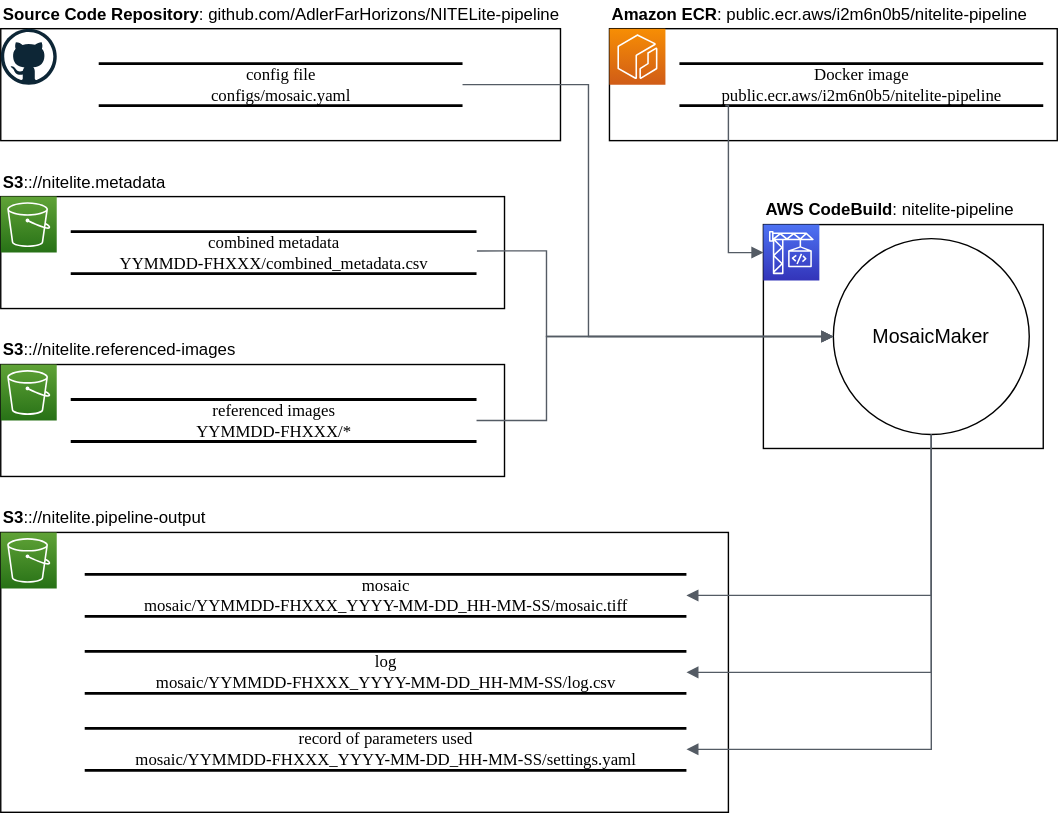
Above: docs/diagrams/DFD_mosaic.svg in AdlerFarHorizons/night-horizons-mapmaker (draw.io), before the change. Source tidied: cells renumbered, new cells last; positions are measured from the earlier drawing's top-left corner, leaving out a move shared by most shapes. Source of this version:
```xml
<mxGraphModel>
  <root>
    <mxCell id="0" />
    <mxCell id="1" parent="0" />
    <mxCell id="2" style="rounded=0;whiteSpace=wrap;html=1;" parent="1" vertex="1">
      <mxGeometry y="20" width="400" height="80" as="geometry" />
    </mxCell>
    <mxCell id="3" style="rounded=0;whiteSpace=wrap;html=1;" parent="1" vertex="1">
      <mxGeometry x="545" y="160" width="200" height="160" as="geometry" />
    </mxCell>
    <mxCell id="4" style="rounded=0;whiteSpace=wrap;html=1;" parent="1" vertex="1">
      <mxGeometry y="140" width="360" height="80" as="geometry" />
    </mxCell>
    <mxCell id="5" value="combined metadata&lt;br&gt;YYMMDD-FHXXX/combined_metadata.csv" style="html=1;rounded=0;shadow=0;comic=0;labelBackgroundColor=none;strokeWidth=2;fontFamily=Verdana;fontSize=12;align=center;shape=mxgraph.ios7ui.horLines;" parent="1" vertex="1">
      <mxGeometry x="50" y="165" width="290" height="30" as="geometry" />
    </mxCell>
    <mxCell id="6" value="&lt;b&gt;S3&lt;/b&gt;:://nitelite.metadata" style="text;html=1;strokeColor=none;fillColor=none;align=left;verticalAlign=middle;whiteSpace=wrap;rounded=0;" parent="1" vertex="1">
      <mxGeometry y="120" width="170" height="20" as="geometry" />
    </mxCell>
    <mxCell id="7" style="rounded=0;whiteSpace=wrap;html=1;" parent="1" vertex="1">
      <mxGeometry y="260" width="360" height="80" as="geometry" />
    </mxCell>
    <mxCell id="8" value="&lt;b&gt;S3&lt;/b&gt;:://nitelite.referenced-images" style="text;html=1;strokeColor=none;fillColor=none;align=left;verticalAlign=middle;whiteSpace=wrap;rounded=0;" parent="1" vertex="1">
      <mxGeometry y="240" width="170" height="20" as="geometry" />
    </mxCell>
    <mxCell id="9" value="referenced images&lt;br&gt;YYMMDD-FHXXX/*" style="html=1;rounded=0;shadow=0;comic=0;labelBackgroundColor=none;strokeWidth=2;fontFamily=Verdana;fontSize=12;align=center;shape=mxgraph.ios7ui.horLines;" parent="1" vertex="1">
      <mxGeometry x="50" y="285" width="290" height="30" as="geometry" />
    </mxCell>
    <mxCell id="10" style="rounded=0;whiteSpace=wrap;html=1;" parent="1" vertex="1">
      <mxGeometry x="435" y="20" width="320" height="80" as="geometry" />
    </mxCell>
    <mxCell id="11" style="edgeStyle=none;html=1;fontSize=14;" parent="1" edge="1" source="12" target="10">
      <mxGeometry relative="1" as="geometry" />
    </mxCell>
    <mxCell id="12" value="&lt;b&gt;Amazon ECR&lt;/b&gt;: public.ecr.aws/i2m6n0b5/nitelite-pipeline" style="text;html=1;strokeColor=none;fillColor=none;align=left;verticalAlign=middle;whiteSpace=wrap;rounded=0;" parent="1" vertex="1">
      <mxGeometry x="435" width="310" height="20" as="geometry" />
    </mxCell>
    <mxCell id="13" value="Docker image&lt;br&gt;public.ecr.aws/i2m6n0b5/nitelite-pipeline" style="html=1;rounded=0;shadow=0;comic=0;labelBackgroundColor=none;strokeWidth=2;fontFamily=Verdana;fontSize=12;align=center;shape=mxgraph.ios7ui.horLines;" parent="1" vertex="1">
      <mxGeometry x="485" y="45" width="260" height="30" as="geometry" />
    </mxCell>
    <mxCell id="14" style="sketch=0;fontColor=#232F3E;gradientColor=#F78E04;gradientDirection=north;fillColor=#D05C17;strokeColor=#ffffff;dashed=0;verticalLabelPosition=bottom;verticalAlign=top;align=center;html=1;fontSize=12;fontStyle=0;shape=mxgraph.aws4.resourceIcon;resIcon=mxgraph.aws4.ecr;" parent="1" vertex="1">
      <mxGeometry x="435" y="20" width="40" height="40" as="geometry" />
    </mxCell>
    <mxCell id="15" style="sketch=0;fontColor=#232F3E;gradientColor=#60A337;gradientDirection=north;fillColor=#277116;strokeColor=#ffffff;dashed=0;verticalLabelPosition=bottom;verticalAlign=top;align=center;html=1;fontSize=12;fontStyle=0;shape=mxgraph.aws4.resourceIcon;resIcon=mxgraph.aws4.s3;" parent="1" vertex="1">
      <mxGeometry y="140" width="40" height="40" as="geometry" />
    </mxCell>
    <mxCell id="16" style="sketch=0;fontColor=#232F3E;gradientColor=#60A337;gradientDirection=north;fillColor=#277116;strokeColor=#ffffff;dashed=0;verticalLabelPosition=bottom;verticalAlign=top;align=center;html=1;fontSize=12;fontStyle=0;shape=mxgraph.aws4.resourceIcon;resIcon=mxgraph.aws4.s3;" parent="1" vertex="1">
      <mxGeometry y="260" width="40" height="40" as="geometry" />
    </mxCell>
    <mxCell id="17" style="sketch=0;points=[[0,0,0],[0.25,0,0],[0.5,0,0],[0.75,0,0],[1,0,0],[0,1,0],[0.25,1,0],[0.5,1,0],[0.75,1,0],[1,1,0],[0,0.25,0],[0,0.5,0],[0,0.75,0],[1,0.25,0],[1,0.5,0],[1,0.75,0]];outlineConnect=0;fontColor=#232F3E;gradientColor=#4D72F3;gradientDirection=north;fillColor=#3334B9;strokeColor=#ffffff;dashed=0;verticalLabelPosition=bottom;verticalAlign=top;align=center;html=1;fontSize=12;fontStyle=0;shape=mxgraph.aws4.resourceIcon;resIcon=mxgraph.aws4.codebuild;" parent="1" vertex="1">
      <mxGeometry x="545" y="160" width="40" height="40" as="geometry" />
    </mxCell>
    <mxCell id="18" value="config file&lt;br&gt;configs/mosaic.yaml" style="html=1;rounded=0;shadow=0;comic=0;labelBackgroundColor=none;strokeWidth=2;fontFamily=Verdana;fontSize=12;align=center;shape=mxgraph.ios7ui.horLines;" parent="1" vertex="1">
      <mxGeometry x="70" y="45" width="260" height="30" as="geometry" />
    </mxCell>
    <mxCell id="19" style="dashed=0;html=1;align=center;labelPosition=center;verticalLabelPosition=bottom;verticalAlign=top;shape=mxgraph.weblogos.github;fontSize=14;" parent="1" vertex="1">
      <mxGeometry y="20" width="40" height="40" as="geometry" />
    </mxCell>
    <mxCell id="20" value="&lt;b&gt;AWS CodeBuild&lt;/b&gt;: nitelite-pipeline" style="text;html=1;strokeColor=none;fillColor=none;align=left;verticalAlign=middle;whiteSpace=wrap;rounded=0;" parent="1" vertex="1">
      <mxGeometry x="545" y="140" width="190" height="20" as="geometry" />
    </mxCell>
    <mxCell id="21" value="&lt;b&gt;Source Code Repository&lt;/b&gt;: github.com/AdlerFarHorizons/NITELite-pipeline" style="text;html=1;strokeColor=none;fillColor=none;align=left;verticalAlign=middle;whiteSpace=wrap;rounded=0;" parent="1" vertex="1">
      <mxGeometry width="410" height="20" as="geometry" />
    </mxCell>
    <mxCell id="22" value="MosaicMaker" style="ellipse;whiteSpace=wrap;html=1;fontSize=14;" parent="1" vertex="1">
      <mxGeometry x="595" y="170" width="140" height="140" as="geometry" />
    </mxCell>
    <mxCell id="23" style="edgeStyle=orthogonalEdgeStyle;html=1;endArrow=block;elbow=vertical;startArrow=none;endFill=1;strokeColor=#545B64;rounded=0;fontSize=14;exitX=0.126;exitY=1.001;exitDx=0;exitDy=0;exitPerimeter=0;entryX=0;entryY=0.5;entryDx=0;entryDy=0;entryPerimeter=0;" parent="1" edge="1" source="13" target="17">
      <mxGeometry relative="1" as="geometry">
        <Array as="points">
          <mxPoint x="520" y="75" />
          <mxPoint x="520" y="180" />
        </Array>
      </mxGeometry>
    </mxCell>
    <mxCell id="24" style="edgeStyle=orthogonalEdgeStyle;html=1;endArrow=block;elbow=vertical;startArrow=none;endFill=1;strokeColor=#545B64;rounded=0;fontSize=14;entryX=0;entryY=0.5;entryDx=0;entryDy=0;" parent="1" edge="1" source="18" target="22">
      <mxGeometry relative="1" as="geometry">
        <Array as="points">
          <mxPoint x="420" y="60" />
          <mxPoint x="420" y="240" />
        </Array>
      </mxGeometry>
    </mxCell>
    <mxCell id="25" style="edgeStyle=orthogonalEdgeStyle;html=1;endArrow=none;elbow=vertical;startArrow=block;startFill=1;strokeColor=#545B64;rounded=0;fontSize=14;exitX=0;exitY=0.5;exitDx=0;exitDy=0;" parent="1" edge="1" source="22" target="9">
      <mxGeometry relative="1" as="geometry">
        <Array as="points">
          <mxPoint x="390" y="240" />
          <mxPoint x="390" y="300" />
        </Array>
      </mxGeometry>
    </mxCell>
    <mxCell id="26" style="edgeStyle=orthogonalEdgeStyle;html=1;endArrow=none;elbow=vertical;startArrow=block;startFill=1;strokeColor=#545B64;rounded=0;fontSize=14;exitX=0;exitY=0.5;exitDx=0;exitDy=0;entryX=1.001;entryY=0.461;entryDx=0;entryDy=0;entryPerimeter=0;" parent="1" edge="1" source="22" target="5">
      <mxGeometry relative="1" as="geometry">
        <Array as="points">
          <mxPoint x="390" y="240" />
          <mxPoint x="390" y="179" />
        </Array>
      </mxGeometry>
    </mxCell>
    <mxCell id="27" style="rounded=0;whiteSpace=wrap;html=1;" parent="1" vertex="1">
      <mxGeometry y="380" width="520" height="200" as="geometry" />
    </mxCell>
    <mxCell id="28" value="&lt;b&gt;S3&lt;/b&gt;:://nitelite.pipeline-output" style="text;html=1;strokeColor=none;fillColor=none;align=left;verticalAlign=middle;whiteSpace=wrap;rounded=0;" parent="1" vertex="1">
      <mxGeometry y="360" width="170" height="20" as="geometry" />
    </mxCell>
    <mxCell id="29" value="mosaic&lt;br&gt;mosaic/YYMMDD-FHXXX_YYYY-MM-DD_HH-MM-SS/mosaic.tiff" style="html=1;rounded=0;shadow=0;comic=0;labelBackgroundColor=none;strokeWidth=2;fontFamily=Verdana;fontSize=12;align=center;shape=mxgraph.ios7ui.horLines;" parent="1" vertex="1">
      <mxGeometry x="60" y="410" width="430" height="30" as="geometry" />
    </mxCell>
    <mxCell id="30" style="sketch=0;fontColor=#232F3E;gradientColor=#60A337;gradientDirection=north;fillColor=#277116;strokeColor=#ffffff;dashed=0;verticalLabelPosition=bottom;verticalAlign=top;align=center;html=1;fontSize=12;fontStyle=0;shape=mxgraph.aws4.resourceIcon;resIcon=mxgraph.aws4.s3;" parent="1" vertex="1">
      <mxGeometry y="380" width="40" height="40" as="geometry" />
    </mxCell>
    <mxCell id="31" value="log&lt;br&gt;mosaic/YYMMDD-FHXXX_YYYY-MM-DD_HH-MM-SS/log.csv" style="html=1;rounded=0;shadow=0;comic=0;labelBackgroundColor=none;strokeWidth=2;fontFamily=Verdana;fontSize=12;align=center;shape=mxgraph.ios7ui.horLines;" parent="1" vertex="1">
      <mxGeometry x="60" y="465" width="430" height="30" as="geometry" />
    </mxCell>
    <mxCell id="32" value="record of parameters used&lt;br&gt;mosaic/YYMMDD-FHXXX_YYYY-MM-DD_HH-MM-SS/settings.yaml" style="html=1;rounded=0;shadow=0;comic=0;labelBackgroundColor=none;strokeWidth=2;fontFamily=Verdana;fontSize=12;align=center;shape=mxgraph.ios7ui.horLines;" parent="1" vertex="1">
      <mxGeometry x="60" y="520" width="430" height="30" as="geometry" />
    </mxCell>
    <mxCell id="33" style="edgeStyle=orthogonalEdgeStyle;html=1;endArrow=none;elbow=vertical;startArrow=block;startFill=1;strokeColor=#545B64;rounded=0;entryX=0.5;entryY=1;entryDx=0;entryDy=0;" parent="1" edge="1" source="31" target="22">
      <mxGeometry relative="1" as="geometry" />
    </mxCell>
    <mxCell id="34" style="edgeStyle=orthogonalEdgeStyle;html=1;endArrow=none;elbow=vertical;startArrow=block;startFill=1;strokeColor=#545B64;rounded=0;entryX=0.5;entryY=1;entryDx=0;entryDy=0;" parent="1" edge="1" source="29" target="22">
      <mxGeometry relative="1" as="geometry" />
    </mxCell>
    <mxCell id="35" style="edgeStyle=orthogonalEdgeStyle;html=1;endArrow=none;elbow=vertical;startArrow=block;startFill=1;strokeColor=#545B64;rounded=0;entryX=0.5;entryY=1;entryDx=0;entryDy=0;" parent="1" edge="1" source="32" target="22">
      <mxGeometry relative="1" as="geometry" />
    </mxCell>
  </root>
</mxGraphModel>
```
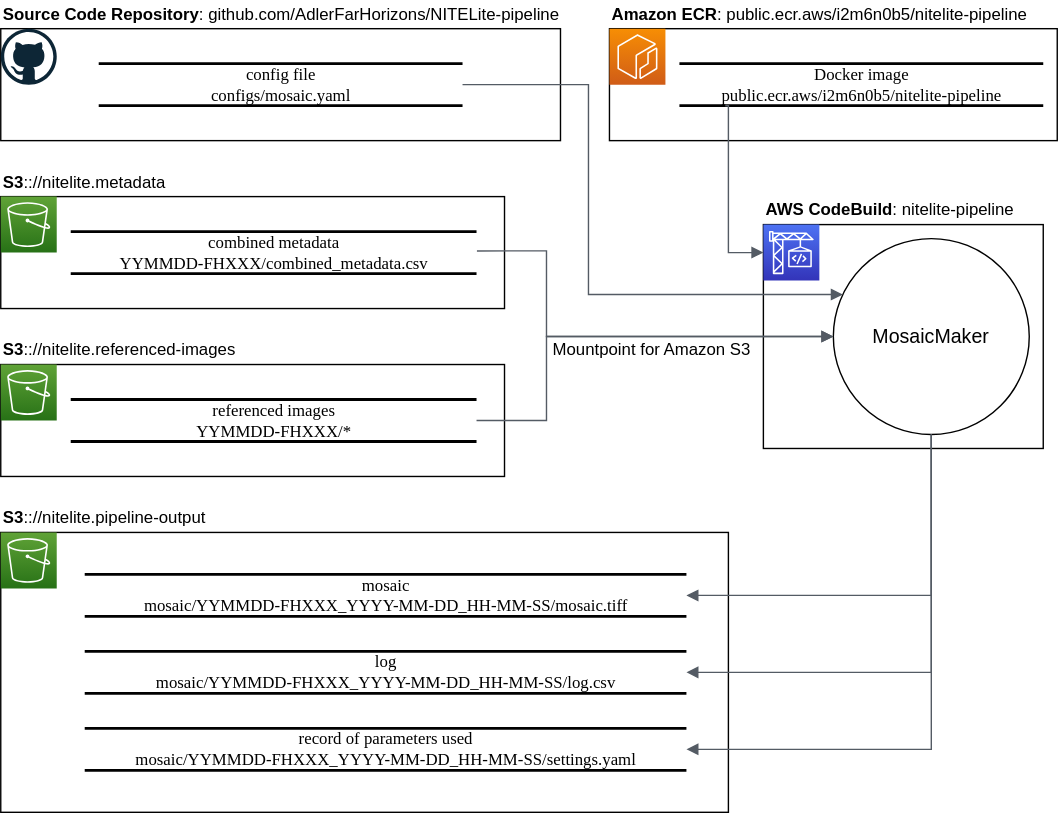
The same diagram one commit later.

What changed in the source:
```diff
@@ -73,11 +73,11 @@
         </Array>
       </mxGeometry>
     </mxCell>
-    <mxCell id="24" style="edgeStyle=orthogonalEdgeStyle;html=1;endArrow=block;elbow=vertical;startArrow=none;endFill=1;strokeColor=#545B64;rounded=0;fontSize=14;entryX=0;entryY=0.5;entryDx=0;entryDy=0;" parent="1" edge="1" source="18" target="22">
+    <mxCell id="24" style="edgeStyle=orthogonalEdgeStyle;html=1;endArrow=block;elbow=vertical;startArrow=none;endFill=1;strokeColor=#545B64;rounded=0;fontSize=14;" parent="1" edge="1" source="18" target="22">
       <mxGeometry relative="1" as="geometry">
         <Array as="points">
           <mxPoint x="420" y="60" />
-          <mxPoint x="420" y="240" />
+          <mxPoint x="420" y="210" />
         </Array>
       </mxGeometry>
     </mxCell>
@@ -124,5 +124,8 @@
     <mxCell id="35" style="edgeStyle=orthogonalEdgeStyle;html=1;endArrow=none;elbow=vertical;startArrow=block;startFill=1;strokeColor=#545B64;rounded=0;entryX=0.5;entryY=1;entryDx=0;entryDy=0;" parent="1" edge="1" source="32" target="22">
       <mxGeometry relative="1" as="geometry" />
     </mxCell>
+    <mxCell id="36" value="Mountpoint for Amazon S3" style="text;html=1;align=center;verticalAlign=middle;strokeColor=none;fillColor=none;" parent="1" vertex="1">
+      <mxGeometry x="385" y="235" width="160" height="30" as="geometry" />
+    </mxCell>
   </root>
 </mxGraphModel>
```
